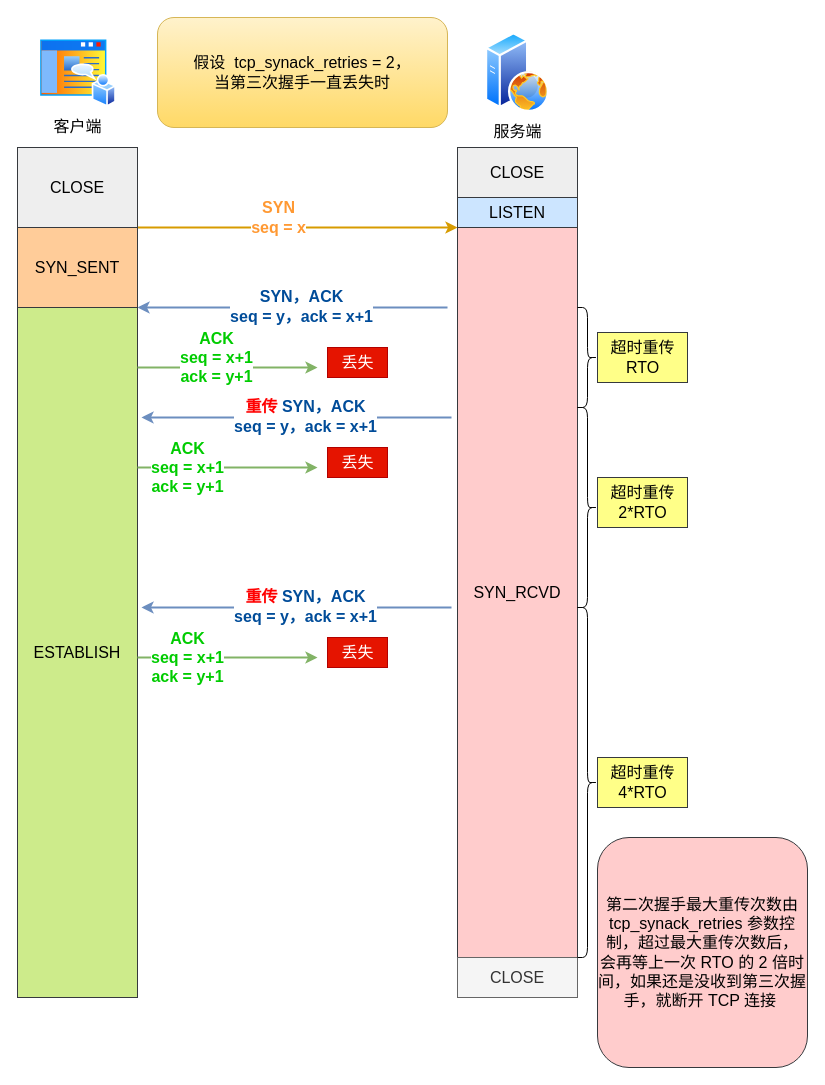
Earlier version of the draw.io diagram 网络/第三次握手丢失.drawio (xiaolincoder/ImageHost4). Source tidied: cells renumbered, new cells numbered last; positions are measured from the earlier drawing's top-left corner, leaving out a move shared by most shapes. Both pictures are drawn from the tidied source at 100%, with x=0, y=0 at pixel (17, 17).
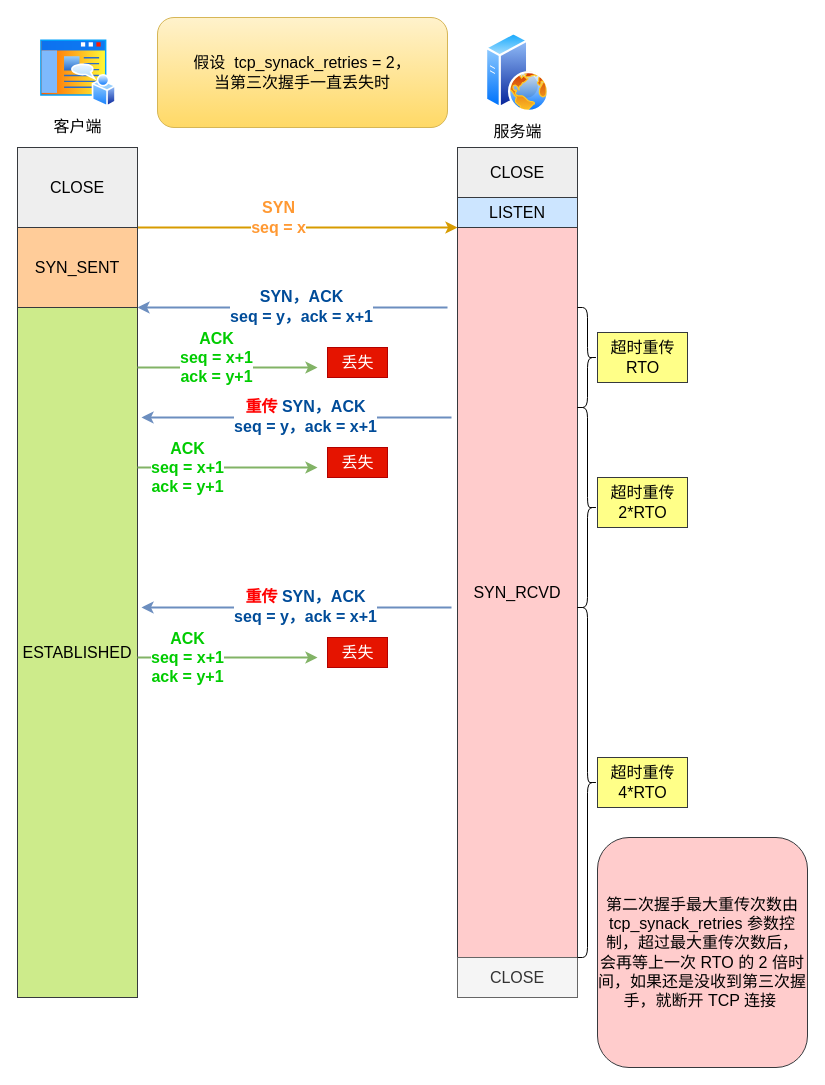
The same diagram, later.

Commit message:
更新第三次握手丢失.drawio

The edit, as a diff of the source:
```diff
@@
-    <mxCell id="14" value="ESTABLISH" style="rounded=0;whiteSpace=wrap;html=1;fontSize=16;fillColor=#cdeb8b;strokeColor=#36393d;" parent="1" vertex="1">
+    <mxCell id="14" value="ESTABLISHED" style="rounded=0;whiteSpace=wrap;html=1;fontSize=16;fillColor=#cdeb8b;strokeColor=#36393d;" parent="1" vertex="1">
       <mxGeometry y="290" width="120" height="690" as="geometry" />
     </mxCell>
```
